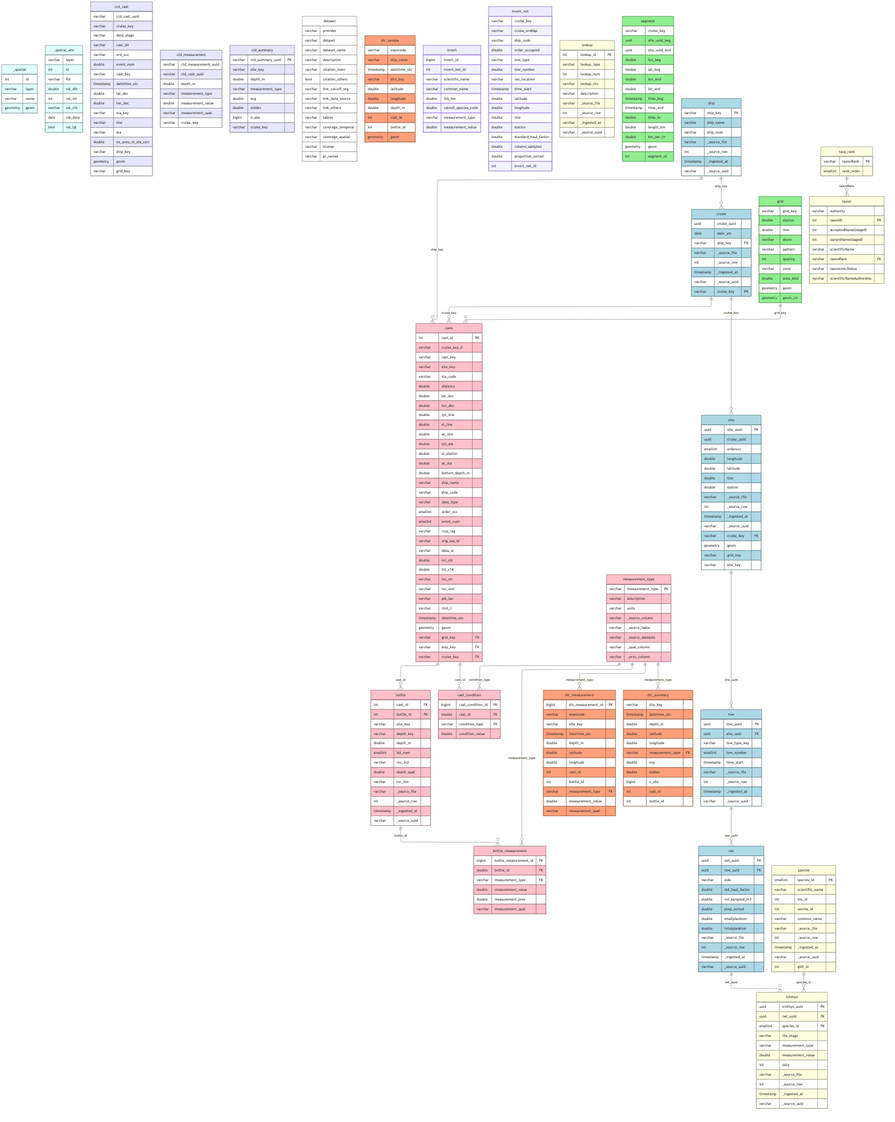
Earlier version of the Mermaid export _output/release_database_files/figure-html/combined_schema-1.png (CalCOFI/workflows). Its source is kept beside it as _output/release_database_files/figure-html/combined_schema-1.mmd.
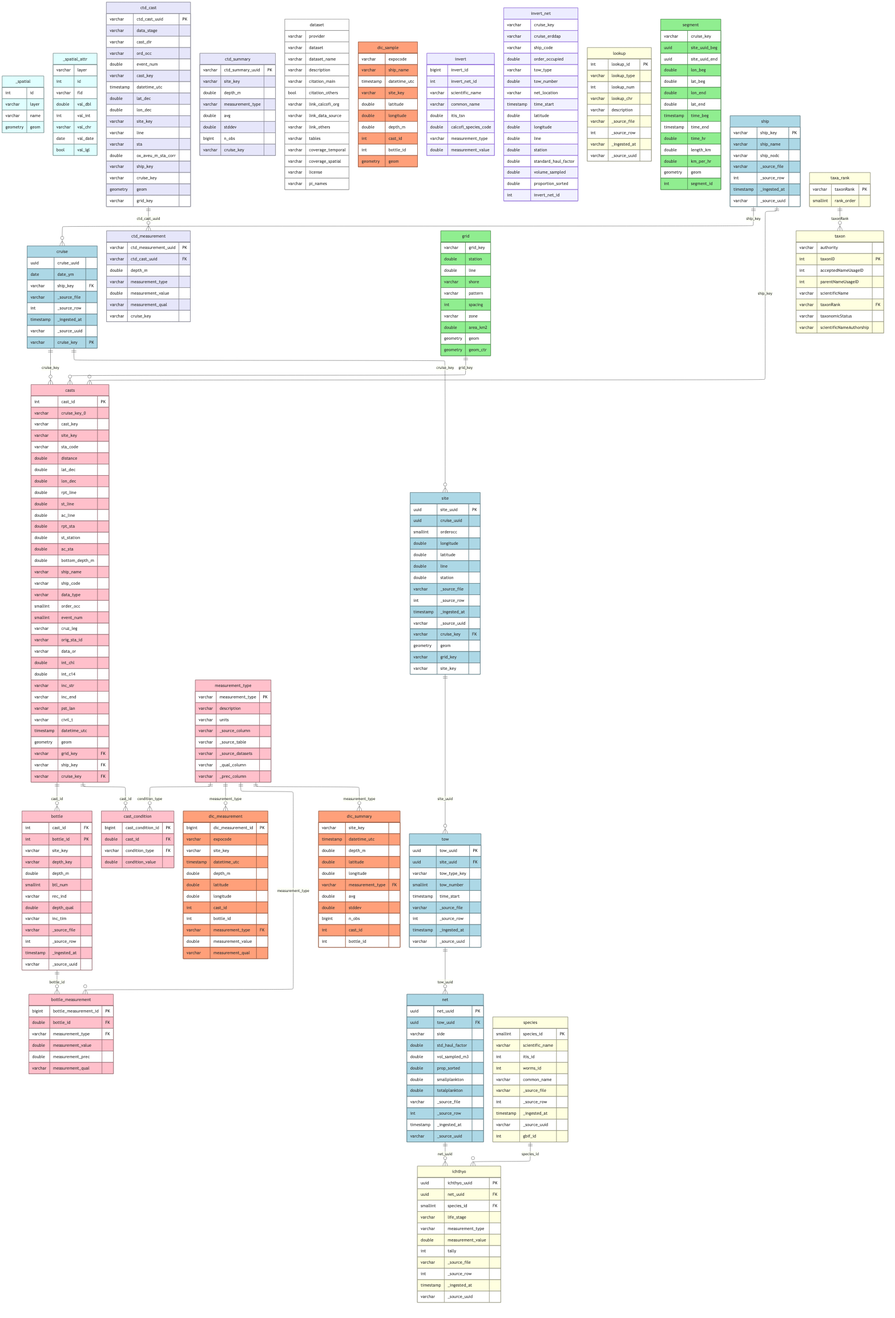
Above is the later version.

The edit, as a diff of the source:
```diff
@@ -95,8 +95,7 @@
         varchar cruise_key PK
     }
     ctd_cast {
-        varchar ctd_cast_uuid
-        varchar cruise_key
+        varchar ctd_cast_uuid PK
         varchar data_stage
         varchar cast_dir
         varchar ord_occ
@@ -105,17 +104,18 @@
         timestamp datetime_utc
         double lat_dec
         double lon_dec
-        varchar sta_key
+        varchar site_key
         varchar line
         varchar sta
         double ox_aveu_m_sta_corr
         varchar ship_key
+        varchar cruise_key
         geometry geom
         varchar grid_key
     }
     ctd_measurement {
-        varchar ctd_measurement_uuid
-        varchar ctd_cast_uuid
+        varchar ctd_measurement_uuid PK
+        varchar ctd_cast_uuid FK
         double depth_m
         varchar measurement_type
         double measurement_value
@@ -366,6 +366,7 @@
     measurement_type ||--o{ bottle_measurement : "measurement_type"
     casts ||--o{ cast_condition : "cast_id"
     measurement_type ||--o{ cast_condition : "condition_type"
+    ctd_cast ||--o{ ctd_measurement : "ctd_cast_uuid"
     measurement_type ||--o{ dic_measurement : "measurement_type"
     measurement_type ||--o{ dic_summary : "measurement_type"
     cruise ||--o{ casts : "cruise_key"
```
